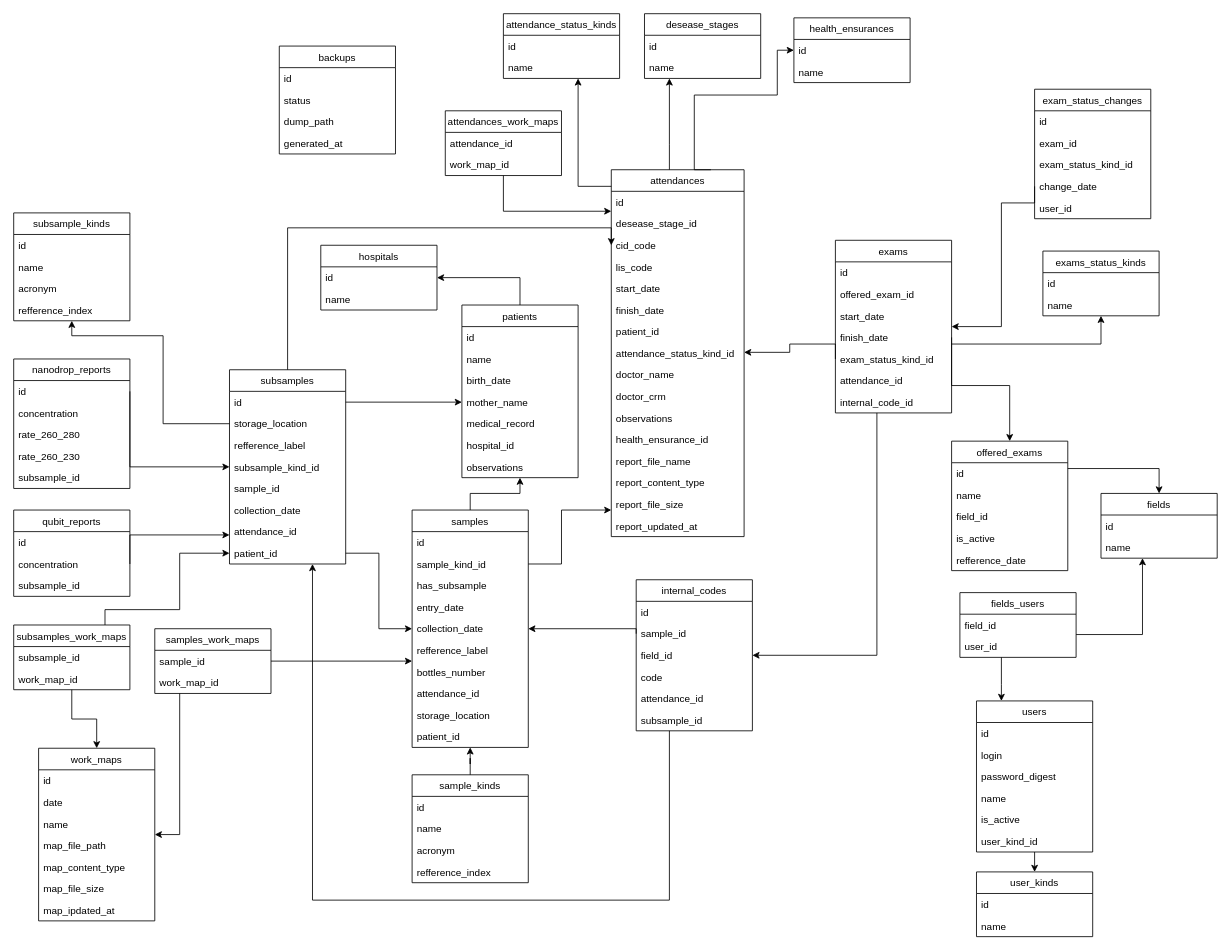
Earlier version of the draw.io diagram database.drawio (joaofelipe1294/genomico). Source tidied: cells renumbered, new cells numbered last; positions are measured from the earlier drawing's top-left corner, leaving out a move shared by most shapes. Both pictures are drawn from the tidied source at 83%, with x=0, y=0 at pixel (13, 13).
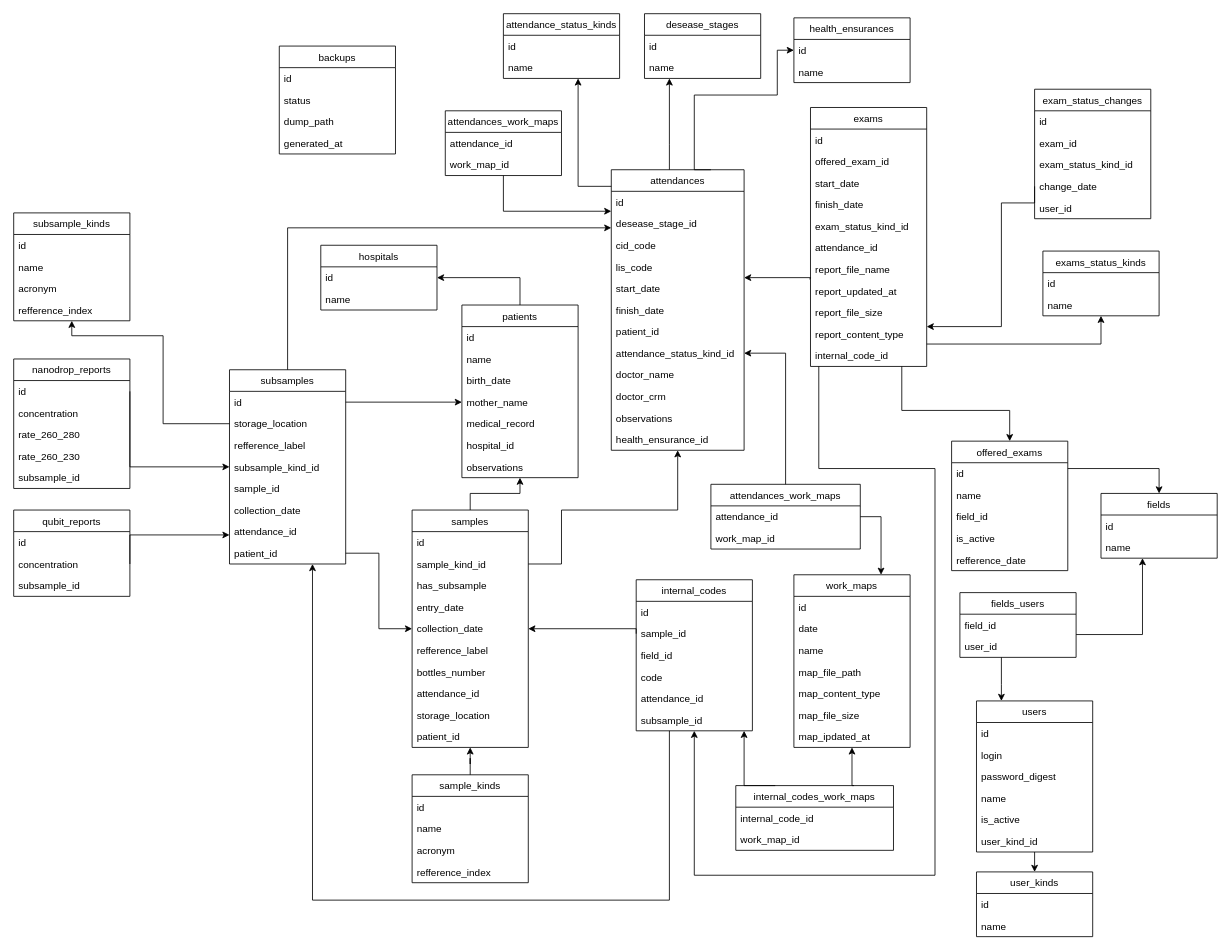
The same diagram, later.

Commit message:
Atualizado modelo do banco de dados.

Unchanged cells that the change refers to:
```xml
<mxCell id="11" value="cid_code" style="text;strokeColor=none;fillColor=none;align=left;verticalAlign=top;spacingLeft=4;spacingRight=4;overflow=hidden;points=[[0,0.5],[1,0.5]];portConstraint=eastwest;" parent="8" vertex="1">
  <mxGeometry y="78" width="160" height="26" as="geometry" />
</mxCell>
<mxCell id="16" value="attendance_status_kind_id" style="text;strokeColor=none;fillColor=none;align=left;verticalAlign=top;spacingLeft=4;spacingRight=4;overflow=hidden;points=[[0,0.5],[1,0.5]];portConstraint=eastwest;" parent="8" vertex="1">
  <mxGeometry y="208" width="160" height="26" as="geometry" />
</mxCell>
<mxCell id="51" value="finish_date" style="text;strokeColor=none;fillColor=none;align=left;verticalAlign=top;spacingLeft=4;spacingRight=4;overflow=hidden;points=[[0,0.5],[1,0.5]];portConstraint=eastwest;" parent="47" vertex="1">
  <mxGeometry y="104" width="140" height="26" as="geometry" />
</mxCell>
<mxCell id="52" value="exam_status_kind_id" style="text;strokeColor=none;fillColor=none;align=left;verticalAlign=top;spacingLeft=4;spacingRight=4;overflow=hidden;points=[[0,0.5],[1,0.5]];portConstraint=eastwest;" parent="47" vertex="1">
  <mxGeometry y="130" width="140" height="26" as="geometry" />
</mxCell>
<mxCell id="69" value="internal_codes" style="swimlane;fontStyle=0;horizontal=1;startSize=26;fillColor=none;" parent="1" vertex="1">
  <mxGeometry x="750" y="682" width="140" height="182" as="geometry" />
</mxCell>
<mxCell id="72" value="field_id" style="text;strokeColor=none;fillColor=none;align=left;verticalAlign=top;spacingLeft=4;spacingRight=4;overflow=hidden;points=[[0,0.5],[1,0.5]];portConstraint=eastwest;" parent="69" vertex="1">
  <mxGeometry y="78" width="140" height="26" as="geometry" />
</mxCell>
<mxCell id="82" value="offered_exams" style="swimlane;fontStyle=0;horizontal=1;startSize=26;fillColor=none;" parent="1" vertex="1">
  <mxGeometry x="1130" y="515" width="140" height="156" as="geometry" />
</mxCell>
<mxCell id="110" value="samples" style="swimlane;fontStyle=0;horizontal=1;startSize=26;fillColor=none;" parent="1" vertex="1">
  <mxGeometry x="480" y="598" width="140" height="286" as="geometry" />
</mxCell>
<mxCell id="131" value="subsamples" style="swimlane;fontStyle=0;horizontal=1;startSize=26;fillColor=none;" parent="1" vertex="1">
  <mxGeometry x="260" y="429" width="140" height="234" as="geometry" />
</mxCell>
<mxCell id="139" value="patient_id" style="text;strokeColor=none;fillColor=none;align=left;verticalAlign=top;spacingLeft=4;spacingRight=4;overflow=hidden;points=[[0,0.5],[1,0.5]];portConstraint=eastwest;" parent="131" vertex="1">
  <mxGeometry y="208" width="140" height="26" as="geometry" />
</mxCell>
```

The edit, as a diff of the source:
```diff
@@
     <mxCell id="8" value="attendances" style="swimlane;fontStyle=0;horizontal=1;startSize=26;fillColor=none;" parent="1" vertex="1">
-      <mxGeometry x="720" y="188" width="160" height="442" as="geometry" />
+      <mxGeometry x="720" y="188" width="160" height="338" as="geometry" />
     </mxCell>
@@
-    <mxCell id="21" value="report_file_name" style="text;strokeColor=none;fillColor=none;align=left;verticalAlign=top;spacingLeft=4;spacingRight=4;overflow=hidden;" parent="8" vertex="1">
-      <mxGeometry y="338" width="160" height="26" as="geometry" />
-    </mxCell>
-    <mxCell id="22" value="report_content_type" style="text;strokeColor=none;fillColor=none;align=left;verticalAlign=top;spacingLeft=4;spacingRight=4;overflow=hidden;" parent="8" vertex="1">
-      <mxGeometry y="364" width="160" height="26" as="geometry" />
-    </mxCell>
-    <mxCell id="23" value="report_file_size" style="text;strokeColor=none;fillColor=none;align=left;verticalAlign=top;spacingLeft=4;spacingRight=4;overflow=hidden;" parent="8" vertex="1">
-      <mxGeometry y="390" width="160" height="26" as="geometry" />
-    </mxCell>
-    <mxCell id="24" value="report_updated_at" style="text;strokeColor=none;fillColor=none;align=left;verticalAlign=top;spacingLeft=4;spacingRight=4;overflow=hidden;points=[[0,0.5],[1,0.5]];portConstraint=eastwest;" parent="8" vertex="1">
-      <mxGeometry y="416" width="160" height="26" as="geometry" />
-    </mxCell>
@@
     <mxCell id="47" value="exams" style="swimlane;fontStyle=0;horizontal=1;startSize=26;fillColor=none;" parent="1" vertex="1">
-      <mxGeometry x="990" y="273" width="140" height="208" as="geometry" />
+      <mxGeometry x="960" y="113" width="140" height="312" as="geometry" />
     </mxCell>
@@
+    <mxCell id="21" value="report_file_name" style="text;strokeColor=none;fillColor=none;align=left;verticalAlign=top;spacingLeft=4;spacingRight=4;overflow=hidden;" parent="47" vertex="1">
+      <mxGeometry y="182" width="140" height="26" as="geometry" />
+    </mxCell>
+    <mxCell id="24" value="report_updated_at" style="text;strokeColor=none;fillColor=none;align=left;verticalAlign=top;spacingLeft=4;spacingRight=4;overflow=hidden;points=[[0,0.5],[1,0.5]];portConstraint=eastwest;" parent="47" vertex="1">
+      <mxGeometry y="208" width="140" height="26" as="geometry" />
+    </mxCell>
+    <mxCell id="23" value="report_file_size" style="text;strokeColor=none;fillColor=none;align=left;verticalAlign=top;spacingLeft=4;spacingRight=4;overflow=hidden;" parent="47" vertex="1">
+      <mxGeometry y="234" width="140" height="26" as="geometry" />
+    </mxCell>
+    <mxCell id="22" value="report_content_type" style="text;strokeColor=none;fillColor=none;align=left;verticalAlign=top;spacingLeft=4;spacingRight=4;overflow=hidden;" parent="47" vertex="1">
+      <mxGeometry y="260" width="140" height="26" as="geometry" />
+    </mxCell>
     <mxCell id="54" value="internal_code_id" style="text;strokeColor=none;fillColor=none;align=left;verticalAlign=top;spacingLeft=4;spacingRight=4;overflow=hidden;" parent="47" vertex="1">
-      <mxGeometry y="182" width="140" height="26" as="geometry" />
+      <mxGeometry y="286" width="140" height="26" as="geometry" />
     </mxCell>
@@
-    <mxCell id="89" style="edgeStyle=orthogonalEdgeStyle;rounded=0;jettySize=auto;html=1;exitX=1;exitY=0.5;exitDx=0;exitDy=0;entryX=0.5;entryY=0;entryDx=0;entryDy=0;" parent="1" edge="1" source="51" target="82">
+    <mxCell id="89" style="edgeStyle=orthogonalEdgeStyle;rounded=0;jettySize=auto;html=1;entryX=0.5;entryY=0;entryDx=0;entryDy=0;" parent="1" edge="1" source="47" target="82">
       <mxGeometry relative="1" as="geometry">
         <Array as="points">
-          <mxPoint x="1130" y="448" />
-          <mxPoint x="1200" y="448" />
+          <mxPoint x="1070" y="478" />
+          <mxPoint x="1200" y="478" />
         </Array>
       </mxGeometry>
     </mxCell>
@@
-    <mxCell id="121" style="edgeStyle=orthogonalEdgeStyle;rounded=0;jettySize=auto;html=1;" parent="1" edge="1" source="122" target="155">
-      <mxGeometry relative="1" as="geometry">
-        <Array as="points">
-          <mxPoint x="200" y="989" />
-        </Array>
-      </mxGeometry>
-    </mxCell>
-    <mxCell id="122" value="samples_work_maps" style="swimlane;fontStyle=0;horizontal=1;startSize=26;fillColor=none;" parent="1" vertex="1">
-      <mxGeometry x="170" y="741" width="140" height="78" as="geometry" />
-    </mxCell>
-    <mxCell id="123" value="sample_id" style="text;strokeColor=none;fillColor=none;align=left;verticalAlign=top;spacingLeft=4;spacingRight=4;overflow=hidden;points=[[0,0.5],[1,0.5]];portConstraint=eastwest;" parent="122" vertex="1">
-      <mxGeometry y="26" width="140" height="26" as="geometry" />
-    </mxCell>
-    <mxCell id="124" value="work_map_id" style="text;strokeColor=none;fillColor=none;align=left;verticalAlign=top;spacingLeft=4;spacingRight=4;overflow=hidden;" parent="122" vertex="1">
-      <mxGeometry y="52" width="140" height="26" as="geometry" />
-    </mxCell>
@@
-    <mxCell id="130" style="edgeStyle=orthogonalEdgeStyle;rounded=0;jettySize=auto;html=1;exitX=0.5;exitY=0;exitDx=0;exitDy=0;entryX=0;entryY=0.5;entryDx=0;entryDy=0;" parent="1" edge="1" source="131" target="11">
+    <mxCell id="130" style="edgeStyle=orthogonalEdgeStyle;rounded=0;jettySize=auto;html=1;exitX=0.5;exitY=0;exitDx=0;exitDy=0;" parent="1" edge="1" source="131">
       <mxGeometry relative="1" as="geometry">
+        <mxPoint x="720" y="258" as="targetPoint" />
         <Array as="points">
           <mxPoint x="330" y="258" />
           <mxPoint x="720" y="258" />
         </Array>
       </mxGeometry>
     </mxCell>
@@
-    <mxCell id="140" style="edgeStyle=orthogonalEdgeStyle;rounded=0;jettySize=auto;html=1;" parent="1" edge="1" source="142" target="139">
-      <mxGeometry relative="1" as="geometry">
-        <Array as="points">
-          <mxPoint x="110" y="718" />
-          <mxPoint x="200" y="718" />
-          <mxPoint x="200" y="650" />
-        </Array>
-      </mxGeometry>
-    </mxCell>
-    <mxCell id="141" style="edgeStyle=orthogonalEdgeStyle;rounded=0;jettySize=auto;html=1;" parent="1" edge="1" source="142" target="155">
-      <mxGeometry relative="1" as="geometry" />
-    </mxCell>
-    <mxCell id="142" value="subsamples_work_maps" style="swimlane;fontStyle=0;horizontal=1;startSize=26;fillColor=none;" parent="1" vertex="1">
-      <mxGeometry y="736.5" width="140" height="78" as="geometry" />
-    </mxCell>
-    <mxCell id="143" value="subsample_id" style="text;strokeColor=none;fillColor=none;align=left;verticalAlign=top;spacingLeft=4;spacingRight=4;overflow=hidden;" parent="142" vertex="1">
-      <mxGeometry y="26" width="140" height="26" as="geometry" />
-    </mxCell>
-    <mxCell id="144" value="work_map_id" style="text;strokeColor=none;fillColor=none;align=left;verticalAlign=top;spacingLeft=4;spacingRight=4;overflow=hidden;" parent="142" vertex="1">
-      <mxGeometry y="52" width="140" height="26" as="geometry" />
-    </mxCell>
@@
     <mxCell id="155" value="work_maps" style="swimlane;fontStyle=0;horizontal=1;startSize=26;fillColor=none;" parent="1" vertex="1">
-      <mxGeometry x="30" y="885" width="140" height="208" as="geometry" />
+      <mxGeometry x="940" y="676" width="140" height="208" as="geometry" />
     </mxCell>
@@
-    <mxCell id="174" style="edgeStyle=orthogonalEdgeStyle;rounded=0;jettySize=auto;html=1;entryX=1;entryY=0.5;entryDx=0;entryDy=0;" parent="1" edge="1" source="47" target="72">
+    <mxCell id="174" style="edgeStyle=orthogonalEdgeStyle;rounded=0;jettySize=auto;html=1;" parent="1" edge="1" source="47" target="69">
       <mxGeometry relative="1" as="geometry">
         <Array as="points">
-          <mxPoint x="1040" y="773" />
+          <mxPoint x="970" y="548" />
+          <mxPoint x="1110" y="548" />
+          <mxPoint x="1110" y="1038" />
+          <mxPoint x="820" y="1038" />
         </Array>
       </mxGeometry>
     </mxCell>
-    <mxCell id="175" style="edgeStyle=orthogonalEdgeStyle;rounded=0;jettySize=auto;html=1;exitX=1;exitY=0.5;exitDx=0;exitDy=0;" parent="1" edge="1" source="123" target="110">
-      <mxGeometry relative="1" as="geometry">
-        <Array as="points">
-          <mxPoint x="470" y="780" />
-          <mxPoint x="470" y="780" />
-        </Array>
-      </mxGeometry>
-    </mxCell>
-    <mxCell id="176" style="edgeStyle=orthogonalEdgeStyle;rounded=0;jettySize=auto;html=1;exitX=0;exitY=0.5;exitDx=0;exitDy=0;" parent="1" edge="1" source="52" target="8">
+    <mxCell id="176" style="edgeStyle=orthogonalEdgeStyle;rounded=0;jettySize=auto;html=1;exitX=-0.007;exitY=-0.038;exitDx=0;exitDy=0;exitPerimeter=0;" parent="1" edge="1" source="24" target="8">
       <mxGeometry relative="1" as="geometry">
         <Array as="points">
-          <mxPoint x="990" y="398" />
-          <mxPoint x="935" y="398" />
-          <mxPoint x="935" y="408" />
+          <mxPoint x="960" y="320" />
+          <mxPoint x="960" y="318" />
         </Array>
       </mxGeometry>
     </mxCell>
+    <mxCell id="177" style="edgeStyle=orthogonalEdgeStyle;rounded=0;jettySize=auto;html=1;exitX=0.75;exitY=0;exitDx=0;exitDy=0;" parent="1" edge="1" source="179" target="155">
+      <mxGeometry relative="1" as="geometry">
+        <Array as="points">
+          <mxPoint x="1010" y="930" />
+        </Array>
+      </mxGeometry>
+    </mxCell>
+    <mxCell id="178" style="edgeStyle=orthogonalEdgeStyle;rounded=0;jettySize=auto;html=1;exitX=0.25;exitY=0;exitDx=0;exitDy=0;" parent="1" edge="1" source="179" target="69">
+      <mxGeometry relative="1" as="geometry">
+        <Array as="points">
+          <mxPoint x="880" y="930" />
+        </Array>
+      </mxGeometry>
+    </mxCell>
+    <mxCell id="179" value="internal_codes_work_maps" style="swimlane;fontStyle=0;horizontal=1;startSize=26;fillColor=none;" parent="1" vertex="1">
+      <mxGeometry x="870" y="930" width="190" height="78" as="geometry" />
+    </mxCell>
+    <mxCell id="180" value="internal_code_id" style="text;strokeColor=none;fillColor=none;align=left;verticalAlign=top;spacingLeft=4;spacingRight=4;overflow=hidden;" parent="179" vertex="1">
+      <mxGeometry y="26" width="190" height="26" as="geometry" />
+    </mxCell>
+    <mxCell id="181" value="work_map_id" style="text;strokeColor=none;fillColor=none;align=left;verticalAlign=top;spacingLeft=4;spacingRight=4;overflow=hidden;" parent="179" vertex="1">
+      <mxGeometry y="52" width="190" height="26" as="geometry" />
+    </mxCell>
+    <mxCell id="182" style="edgeStyle=orthogonalEdgeStyle;rounded=0;jettySize=auto;html=1;exitX=0.5;exitY=0;exitDx=0;exitDy=0;" parent="1" edge="1" source="183" target="16">
+      <mxGeometry relative="1" as="geometry" />
+    </mxCell>
+    <mxCell id="183" value="attendances_work_maps" style="swimlane;fontStyle=0;horizontal=1;startSize=26;fillColor=none;" parent="1" vertex="1">
+      <mxGeometry x="840" y="567" width="180" height="78" as="geometry" />
+    </mxCell>
+    <mxCell id="184" value="attendance_id" style="text;strokeColor=none;fillColor=none;align=left;verticalAlign=top;spacingLeft=4;spacingRight=4;overflow=hidden;points=[[0,0.5],[1,0.5]];portConstraint=eastwest;" parent="183" vertex="1">
+      <mxGeometry y="26" width="180" height="26" as="geometry" />
+    </mxCell>
+    <mxCell id="185" value="work_map_id" style="text;strokeColor=none;fillColor=none;align=left;verticalAlign=top;spacingLeft=4;spacingRight=4;overflow=hidden;" parent="183" vertex="1">
+      <mxGeometry y="52" width="180" height="26" as="geometry" />
+    </mxCell>
+    <mxCell id="186" style="edgeStyle=orthogonalEdgeStyle;rounded=0;jettySize=auto;html=1;exitX=1;exitY=0.5;exitDx=0;exitDy=0;entryX=0.75;entryY=0;entryDx=0;entryDy=0;" parent="1" edge="1" source="184" target="155">
+      <mxGeometry relative="1" as="geometry" />
+    </mxCell>
```
